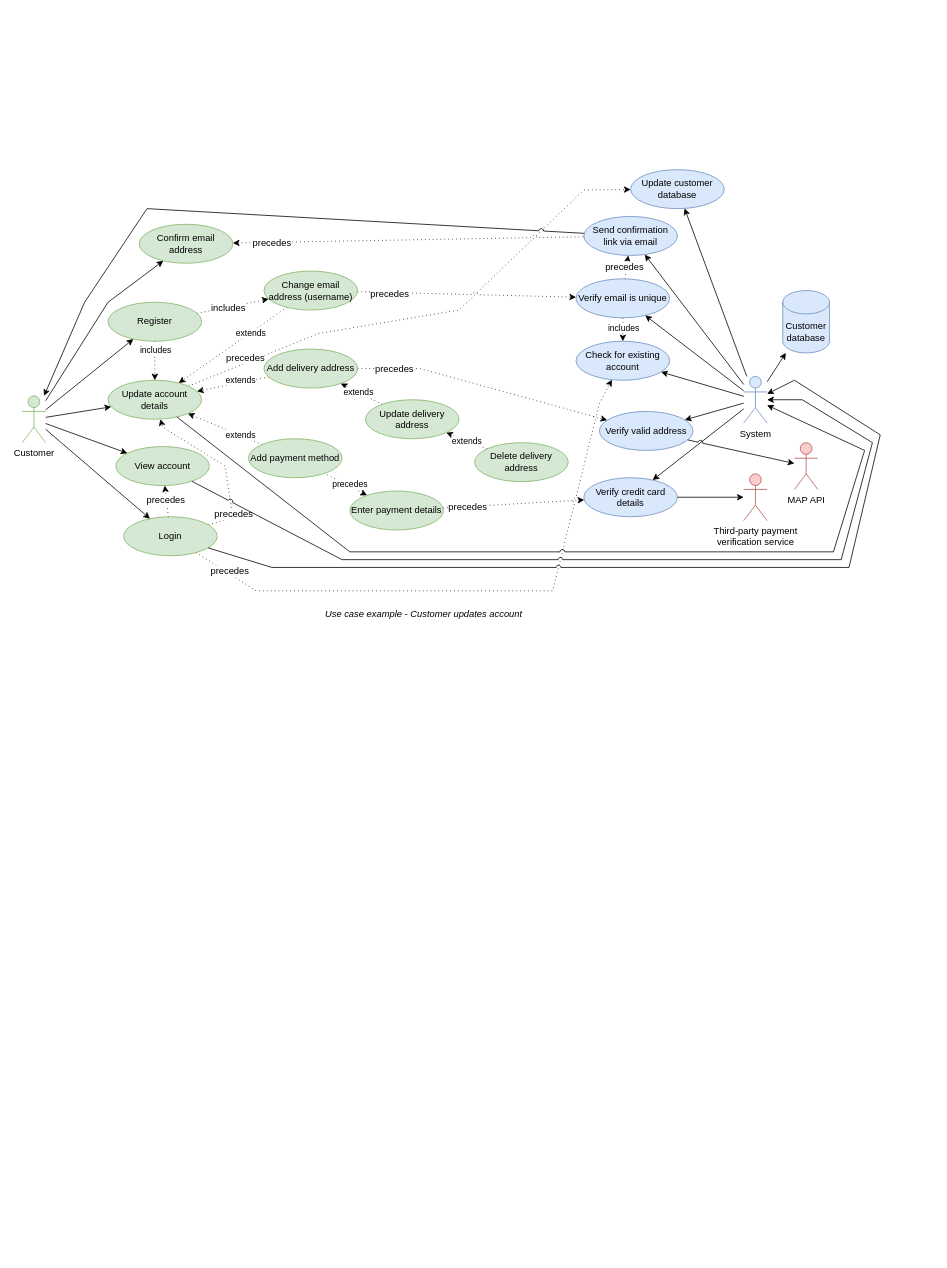
Earlier version of the draw.io diagram Use_case_joueur.drawio (GouNicolas/Troyes_Dice_Java). Source tidied: cells renumbered, new cells numbered last; positions are measured from the earlier drawing's top-left corner, leaving out a move shared by most shapes. Both pictures are drawn from the tidied source at 78%, with x=0, y=0 at pixel (22, 169).
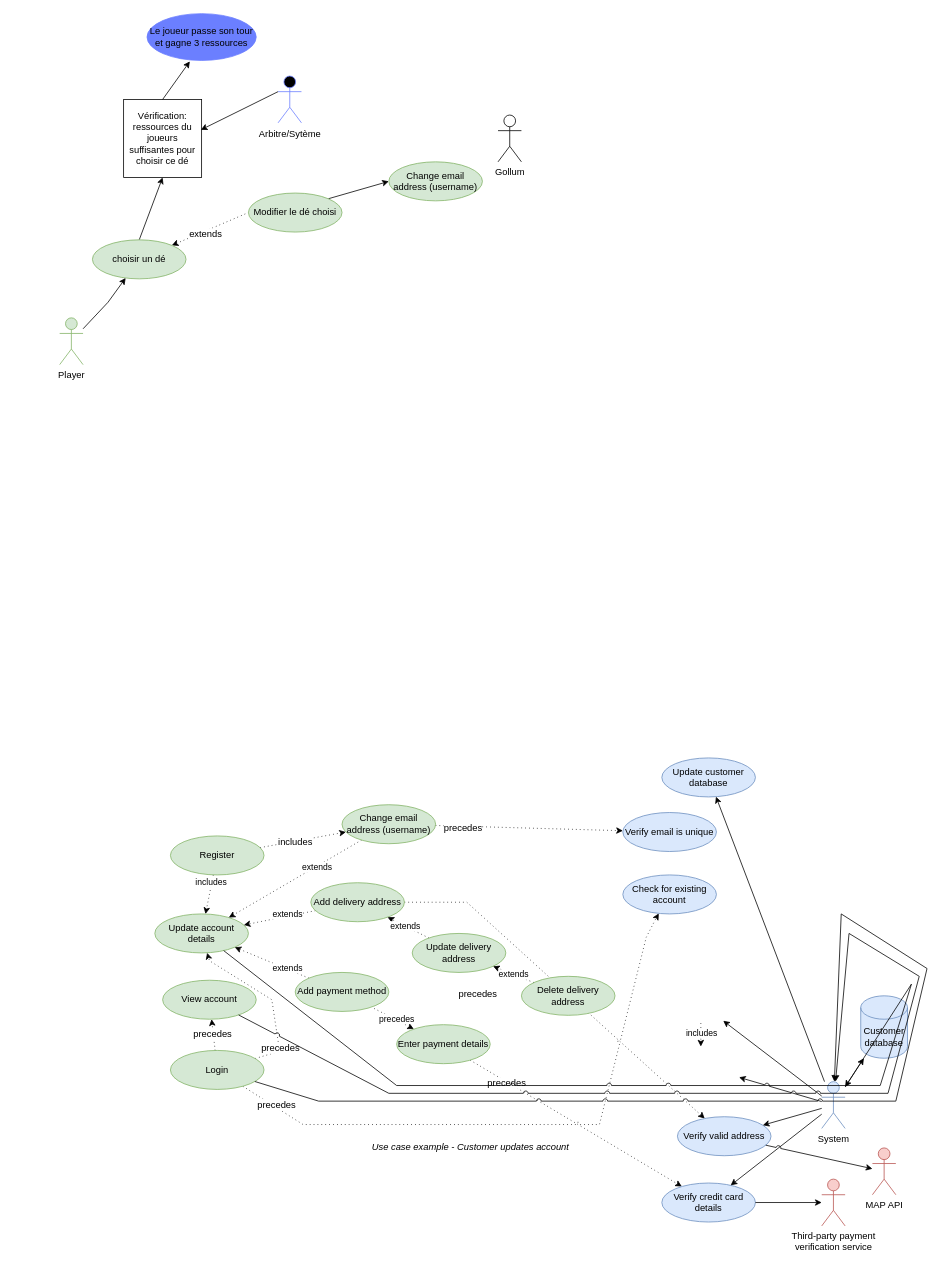
The same page after the edit.

Commit message:
Mettre à jour Use_case_joueur.drawio

The edit, as a diff of the source:
```diff
@@
-    <mxCell id="2" value="Customer" style="shape=umlActor;verticalLabelPosition=bottom;verticalAlign=top;html=1;fontFamily=Helvetica;fontSize=12;align=center;strokeColor=#82b366;strokeWidth=1;fillColor=#d5e8d4;" parent="1" vertex="1">
-      <mxGeometry y="290" width="30" height="60" as="geometry" />
+    <mxCell id="2" value="Pl&lt;span style=&quot;background-color: initial;&quot;&gt;ayer&lt;/span&gt;&lt;div&gt;&lt;div&gt;&lt;br&gt;&lt;/div&gt;&lt;/div&gt;" style="shape=umlActor;verticalLabelPosition=bottom;verticalAlign=top;html=1;fontFamily=Helvetica;fontSize=12;align=center;strokeColor=#82b366;strokeWidth=1;fillColor=#d5e8d4;" parent="1" vertex="1">
+      <mxGeometry x="48" y="190" width="30" height="60" as="geometry" />
     </mxCell>
-    <mxCell id="3" style="edgeStyle=none;rounded=0;jumpStyle=arc;jettySize=auto;html=1;fontSize=12;fontColor=#000000;dashed=1;dashPattern=1 4;" parent="1" edge="1" source="5" target="60">
-      <mxGeometry relative="1" as="geometry">
-        <Array as="points">
-          <mxPoint x="380" y="210" />
-          <mxPoint x="560" y="180" />
-          <mxPoint x="720" y="26" />
-        </Array>
-      </mxGeometry>
-    </mxCell>
-    <mxCell id="4" value="precedes" style="edgeLabel;html=1;align=center;verticalAlign=middle;fontSize=12;" parent="3" vertex="1">
-      <mxGeometry x="0.14" relative="1" as="geometry">
-        <mxPoint x="-277.4" y="64.6" as="offset" />
-      </mxGeometry>
-    </mxCell>
     <mxCell id="5" value="Update account details" style="ellipse;whiteSpace=wrap;html=1;rounded=1;strokeWidth=1;fontSize=12;fillColor=#d5e8d4;strokeColor=#82b366;" parent="1" vertex="1">
-      <mxGeometry x="110" y="270" width="120" height="50" as="geometry" />
+      <mxGeometry x="170" y="954.2" width="120" height="50" as="geometry" />
     </mxCell>
@@
     <mxCell id="8" style="edgeStyle=none;rounded=0;jumpStyle=arc;jettySize=auto;html=1;dashed=1;dashPattern=1 4;fontSize=12;fontColor=#000000;" parent="1" edge="1" source="10" target="57">
       <mxGeometry relative="1" as="geometry">
         <Array as="points">
-          <mxPoint x="510" y="255" />
+          <mxPoint x="570" y="939.2" />
         </Array>
       </mxGeometry>
     </mxCell>
@@
     <mxCell id="10" value="Add delivery address" style="ellipse;whiteSpace=wrap;html=1;rounded=1;strokeWidth=1;fontSize=12;fillColor=#d5e8d4;strokeColor=#82b366;" parent="1" vertex="1">
-      <mxGeometry x="310" y="230" width="120" height="50" as="geometry" />
+      <mxGeometry x="370" y="914.2" width="120" height="50" as="geometry" />
     </mxCell>
@@
     <mxCell id="13" value="Update delivery address" style="ellipse;whiteSpace=wrap;html=1;rounded=1;strokeWidth=1;fontSize=12;fillColor=#d5e8d4;strokeColor=#82b366;" parent="1" vertex="1">
-      <mxGeometry x="440" y="295" width="120" height="50" as="geometry" />
+      <mxGeometry x="500" y="979.2" width="120" height="50" as="geometry" />
     </mxCell>
@@
     <mxCell id="16" value="Delete delivery address" style="ellipse;whiteSpace=wrap;html=1;rounded=1;strokeWidth=1;fontSize=12;fillColor=#d5e8d4;strokeColor=#82b366;" parent="1" vertex="1">
-      <mxGeometry x="580" y="350" width="120" height="50" as="geometry" />
+      <mxGeometry x="640" y="1034.2" width="120" height="50" as="geometry" />
     </mxCell>
@@
     <mxCell id="19" value="Add payment method" style="ellipse;whiteSpace=wrap;html=1;rounded=1;strokeWidth=1;fontSize=12;fillColor=#d5e8d4;strokeColor=#82b366;" parent="1" vertex="1">
-      <mxGeometry x="290" y="345" width="120" height="50" as="geometry" />
+      <mxGeometry x="350" y="1029.2" width="120" height="50" as="geometry" />
     </mxCell>
@@
     <mxCell id="24" value="Enter payment details" style="ellipse;whiteSpace=wrap;html=1;rounded=1;strokeWidth=1;fontSize=12;fillColor=#d5e8d4;strokeColor=#82b366;" parent="1" vertex="1">
-      <mxGeometry x="420" y="412" width="120" height="50" as="geometry" />
+      <mxGeometry x="480" y="1096.2" width="120" height="50" as="geometry" />
     </mxCell>
     <mxCell id="25" value="Verify credit card details" style="ellipse;whiteSpace=wrap;html=1;rounded=1;strokeWidth=1;fontSize=12;fillColor=#dae8fc;strokeColor=#6c8ebf;" parent="1" vertex="1">
-      <mxGeometry x="720" y="395" width="120" height="50" as="geometry" />
+      <mxGeometry x="820" y="1299.2" width="120" height="50" as="geometry" />
     </mxCell>
@@
     <mxCell id="30" value="Change email address (username)" style="ellipse;whiteSpace=wrap;html=1;rounded=1;strokeWidth=1;fontSize=12;fillColor=#d5e8d4;strokeColor=#82b366;" parent="1" vertex="1">
-      <mxGeometry x="310" y="130" width="120" height="50" as="geometry" />
+      <mxGeometry x="410" y="814.2" width="120" height="50" as="geometry" />
     </mxCell>
-    <mxCell id="31" style="edgeStyle=none;rounded=0;jumpStyle=arc;jettySize=auto;html=1;dashed=1;dashPattern=1 4;startArrow=none;startFill=0;endArrow=classic;endFill=1;fontSize=12;fontColor=#000000;" parent="1" edge="1" source="33" target="34">
-      <mxGeometry relative="1" as="geometry" />
-    </mxCell>
-    <mxCell id="32" value="precedes" style="edgeLabel;html=1;align=center;verticalAlign=middle;fontSize=12;" parent="31" vertex="1">
-      <mxGeometry x="-0.03" y="3" relative="1" as="geometry" />
-    </mxCell>
     <mxCell id="33" value="Verify email is unique" style="ellipse;whiteSpace=wrap;html=1;rounded=1;strokeWidth=1;fontSize=12;fillColor=#dae8fc;strokeColor=#6c8ebf;" parent="1" vertex="1">
-      <mxGeometry x="710" y="140" width="120" height="50" as="geometry" />
+      <mxGeometry x="770" y="824.2" width="120" height="50" as="geometry" />
     </mxCell>
-    <mxCell id="34" value="Send confirmation link via email" style="ellipse;whiteSpace=wrap;html=1;rounded=1;strokeWidth=1;fontSize=12;fillColor=#dae8fc;strokeColor=#6c8ebf;" parent="1" vertex="1">
-      <mxGeometry x="720" y="60" width="120" height="50" as="geometry" />
-    </mxCell>
     <mxCell id="35" value="Customer database" style="shape=cylinder3;whiteSpace=wrap;html=1;boundedLbl=1;backgroundOutline=1;size=15;rounded=1;strokeWidth=1;fillColor=#dae8fc;strokeColor=#6c8ebf;" parent="1" vertex="1">
-      <mxGeometry x="975" y="155" width="60" height="80" as="geometry" />
+      <mxGeometry x="1075" y="1059.2" width="60" height="80" as="geometry" />
     </mxCell>
@@
     <mxCell id="37" value="System" style="shape=umlActor;verticalLabelPosition=bottom;verticalAlign=top;html=1;outlineConnect=0;rounded=1;strokeWidth=1;fillColor=#dae8fc;strokeColor=#6c8ebf;" parent="1" vertex="1">
-      <mxGeometry x="925" y="265" width="30" height="60" as="geometry" />
+      <mxGeometry x="1025" y="1169.2" width="30" height="60" as="geometry" />
     </mxCell>
@@
     <mxCell id="42" value="Register" style="ellipse;whiteSpace=wrap;html=1;rounded=1;strokeWidth=1;fontSize=12;fillColor=#d5e8d4;strokeColor=#82b366;" parent="1" vertex="1">
-      <mxGeometry x="110" y="170" width="120" height="50" as="geometry" />
+      <mxGeometry x="190" y="854.2" width="120" height="50" as="geometry" />
     </mxCell>
     <mxCell id="43" style="edgeStyle=none;rounded=0;jumpStyle=arc;jettySize=auto;html=1;dashed=1;dashPattern=1 4;fontSize=12;fontColor=#000000;" parent="1" edge="1" source="49" target="59">
       <mxGeometry relative="1" as="geometry">
         <Array as="points">
-          <mxPoint x="300" y="540" />
-          <mxPoint x="680" y="540" />
-          <mxPoint x="740" y="300" />
-          <mxPoint x="750" y="280" />
+          <mxPoint x="360" y="1224.2" />
+          <mxPoint x="740" y="1224.2" />
+          <mxPoint x="800" y="984.2" />
+          <mxPoint x="810" y="964.2" />
         </Array>
       </mxGeometry>
     </mxCell>
@@
     <mxCell id="47" style="edgeStyle=none;rounded=0;jumpStyle=arc;jettySize=auto;html=1;dashed=1;dashPattern=1 4;startArrow=none;startFill=0;endArrow=classic;endFill=1;fontSize=12;fontColor=#000000;" parent="1" edge="1" source="49" target="5">
       <mxGeometry relative="1" as="geometry">
         <Array as="points">
-          <mxPoint x="270" y="446" />
-          <mxPoint x="260" y="380" />
-          <mxPoint x="180" y="330" />
+          <mxPoint x="330" y="1130.2" />
+          <mxPoint x="320" y="1064.2" />
+          <mxPoint x="240" y="1014.2" />
         </Array>
       </mxGeometry>
     </mxCell>
@@
     <mxCell id="49" value="Login" style="ellipse;whiteSpace=wrap;html=1;rounded=1;strokeWidth=1;fontSize=12;fillColor=#d5e8d4;strokeColor=#82b366;" parent="1" vertex="1">
-      <mxGeometry x="130" y="445" width="120" height="50" as="geometry" />
+      <mxGeometry x="190" y="1129.2" width="120" height="50" as="geometry" />
     </mxCell>
     <mxCell id="50" value="View account" style="ellipse;whiteSpace=wrap;html=1;rounded=1;strokeWidth=1;fontSize=12;fillColor=#d5e8d4;strokeColor=#82b366;" parent="1" vertex="1">
-      <mxGeometry x="120" y="355" width="120" height="50" as="geometry" />
+      <mxGeometry x="180" y="1039.2" width="120" height="50" as="geometry" />
     </mxCell>
-    <mxCell id="51" style="edgeStyle=none;rounded=0;jumpStyle=arc;jettySize=auto;html=1;dashed=1;dashPattern=1 4;fontSize=12;fontColor=#000000;startArrow=classic;startFill=1;endArrow=none;endFill=0;" parent="1" edge="1" source="53" target="34">
+    <mxCell id="51" style="edgeStyle=none;rounded=0;jumpStyle=arc;jettySize=auto;html=1;dashed=1;dashPattern=1 4;fontSize=12;fontColor=#000000;startArrow=classic;startFill=1;endArrow=none;endFill=0;entryX=0;entryY=0.5;entryDx=0;entryDy=0;" parent="1" edge="1" source="53" target="89">
       <mxGeometry relative="1" as="geometry" />
     </mxCell>
-    <mxCell id="52" value="precedes" style="edgeLabel;html=1;align=center;verticalAlign=middle;fontSize=12;" parent="51" vertex="1">
-      <mxGeometry x="-0.78" relative="1" as="geometry" />
+    <mxCell id="52" value="extends" style="edgeLabel;html=1;align=center;verticalAlign=middle;fontSize=12;" parent="51" vertex="1">
+      <mxGeometry x="-0.78" relative="1" as="geometry">
+        <mxPoint x="32" y="-10" as="offset" />
+      </mxGeometry>
     </mxCell>
+    <mxCell id="80" style="edgeStyle=none;rounded=0;jettySize=auto;html=1;exitX=0.5;exitY=0;exitDx=0;exitDy=0;entryX=0.5;entryY=1;entryDx=0;entryDy=0;" parent="1" edge="1" source="53" target="84">
+      <mxGeometry relative="1" as="geometry" />
+    </mxCell>
-    <mxCell id="53" value="Confirm email address" style="ellipse;whiteSpace=wrap;html=1;rounded=1;strokeWidth=1;fontSize=12;fillColor=#d5e8d4;strokeColor=#82b366;" parent="1" vertex="1">
-      <mxGeometry x="150" y="70" width="120" height="50" as="geometry" />
+    <mxCell id="53" value="choisir un dé" style="ellipse;whiteSpace=wrap;html=1;rounded=1;strokeWidth=1;fontSize=12;fillColor=#d5e8d4;strokeColor=#82b366;" parent="1" vertex="1">
+      <mxGeometry x="90" y="90" width="120" height="50" as="geometry" />
     </mxCell>
     <mxCell id="54" value="Third-party payment &lt;br&gt;verification service" style="shape=umlActor;verticalLabelPosition=bottom;verticalAlign=top;html=1;outlineConnect=0;rounded=1;strokeWidth=1;fillColor=#f8cecc;strokeColor=#b85450;" parent="1" vertex="1">
-      <mxGeometry x="925" y="390" width="30" height="60" as="geometry" />
+      <mxGeometry x="1025" y="1294.2" width="30" height="60" as="geometry" />
     </mxCell>
-    <mxCell id="55" style="edgeStyle=none;rounded=0;jumpStyle=arc;jettySize=auto;html=1;fontSize=12;fontColor=#000000;dashed=1;dashPattern=1 4;" parent="1" edge="1" source="33" target="59">
-      <mxGeometry relative="1" as="geometry" />
+    <mxCell id="55" style="edgeStyle=none;rounded=0;jumpStyle=arc;orthogonalLoop=1;jettySize=auto;html=1;fontSize=12;fontColor=#000000;dashed=1;dashPattern=1 4;" parent="1" edge="1">
+      <mxGeometry relative="1" as="geometry">
+        <mxPoint x="870" y="1094.2" as="sourcePoint" />
+        <mxPoint x="870" y="1124.2" as="targetPoint" />
+      </mxGeometry>
     </mxCell>
@@
     <mxCell id="57" value="Verify valid address" style="ellipse;whiteSpace=wrap;html=1;rounded=1;strokeWidth=1;fontSize=12;fillColor=#dae8fc;strokeColor=#6c8ebf;" parent="1" vertex="1">
-      <mxGeometry x="740" y="310" width="120" height="50" as="geometry" />
+      <mxGeometry x="840" y="1214.2" width="120" height="50" as="geometry" />
     </mxCell>
     <mxCell id="58" value="MAP API" style="shape=umlActor;verticalLabelPosition=bottom;verticalAlign=top;html=1;outlineConnect=0;rounded=1;strokeWidth=1;fillColor=#f8cecc;strokeColor=#b85450;" parent="1" vertex="1">
-      <mxGeometry x="990" y="350" width="30" height="60" as="geometry" />
+      <mxGeometry x="1090" y="1254.2" width="30" height="60" as="geometry" />
     </mxCell>
     <mxCell id="59" value="Check for existing account" style="ellipse;whiteSpace=wrap;html=1;rounded=1;strokeWidth=1;fontSize=12;fillColor=#dae8fc;strokeColor=#6c8ebf;" parent="1" vertex="1">
-      <mxGeometry x="710" y="220" width="120" height="50" as="geometry" />
+      <mxGeometry x="770" y="904.2" width="120" height="50" as="geometry" />
     </mxCell>
     <mxCell id="60" value="Update customer database" style="ellipse;whiteSpace=wrap;html=1;rounded=1;strokeWidth=1;fontSize=12;fillColor=#dae8fc;strokeColor=#6c8ebf;" parent="1" vertex="1">
-      <mxGeometry x="780" width="120" height="50" as="geometry" />
+      <mxGeometry x="820" y="754.2" width="120" height="50" as="geometry" />
     </mxCell>
-    <mxCell id="61" style="edgeStyle=none;rounded=0;jettySize=auto;html=1;fontSize=12;fontColor=#000000;" parent="1" edge="1" source="2" target="5">
-      <mxGeometry relative="1" as="geometry" />
-    </mxCell>
-    <mxCell id="62" style="edgeStyle=none;rounded=0;jettySize=auto;html=1;fontSize=12;fontColor=#000000;" parent="1" edge="1" source="2" target="50">
-      <mxGeometry relative="1" as="geometry" />
-    </mxCell>
-    <mxCell id="63" style="edgeStyle=none;rounded=0;jettySize=auto;html=1;fontSize=12;fontColor=#000000;" parent="1" edge="1" source="2" target="49">
-      <mxGeometry relative="1" as="geometry" />
-    </mxCell>
-    <mxCell id="64" style="edgeStyle=none;rounded=0;jettySize=auto;html=1;fontSize=12;fontColor=#000000;" parent="1" edge="1" source="2" target="42">
-      <mxGeometry relative="1" as="geometry" />
-    </mxCell>
@@
     <mxCell id="66" style="edgeStyle=none;rounded=0;jumpStyle=arc;jettySize=auto;html=1;fontSize=12;fontColor=#000000;" parent="1" edge="1" source="5" target="37">
       <mxGeometry relative="1" as="geometry">
         <Array as="points">
-          <mxPoint x="420" y="490" />
-          <mxPoint x="1040" y="490" />
-          <mxPoint x="1080" y="360" />
+          <mxPoint x="480" y="1174.2" />
+          <mxPoint x="1100" y="1174.2" />
+          <mxPoint x="1140" y="1044.2" />
         </Array>
       </mxGeometry>
     </mxCell>
@@
-    <mxCell id="68" style="edgeStyle=none;rounded=0;jumpStyle=arc;jettySize=auto;html=1;fontSize=12;fontColor=#000000;" parent="1" edge="1" source="34" target="2">
-      <mxGeometry relative="1" as="geometry">
-        <Array as="points">
-          <mxPoint x="160" y="50" />
-          <mxPoint x="80" y="170" />
-        </Array>
-      </mxGeometry>
-    </mxCell>
@@
-    <mxCell id="70" style="edgeStyle=none;rounded=0;jettySize=auto;html=1;fontSize=12;fontColor=#000000;" parent="1" edge="1" source="37" target="33">
-      <mxGeometry relative="1" as="geometry" />
+    <mxCell id="70" style="edgeStyle=none;rounded=0;jettySize=auto;html=1;fontSize=12;fontColor=#000000;" parent="1" edge="1" source="37">
+      <mxGeometry relative="1" as="geometry">
+        <mxPoint x="898.7" y="1091.2" as="targetPoint" />
+      </mxGeometry>
     </mxCell>
@@
-    <mxCell id="72" style="edgeStyle=none;rounded=0;jettySize=auto;html=1;fontSize=12;fontColor=#000000;" parent="1" edge="1" source="37" target="34">
-      <mxGeometry relative="1" as="geometry" />
-    </mxCell>
@@
-    <mxCell id="74" style="edgeStyle=none;rounded=0;jumpStyle=arc;jettySize=auto;html=1;fontSize=12;fontColor=#000000;" parent="1" edge="1" source="37" target="59">
-      <mxGeometry relative="1" as="geometry" />
+    <mxCell id="74" style="edgeStyle=none;rounded=0;jumpStyle=arc;jettySize=auto;html=1;fontSize=12;fontColor=#000000;" parent="1" edge="1" source="37">
+      <mxGeometry relative="1" as="geometry">
+        <mxPoint x="919" y="1163.7" as="targetPoint" />
+      </mxGeometry>
     </mxCell>
@@
     <mxCell id="76" style="edgeStyle=none;rounded=0;jumpStyle=arc;jettySize=auto;html=1;fontSize=12;fontColor=#000000;" parent="1" edge="1" source="49" target="37">
       <mxGeometry relative="1" as="geometry">
         <Array as="points">
-          <mxPoint x="320" y="510" />
-          <mxPoint x="1060" y="510" />
-          <mxPoint x="1100" y="340" />
-          <mxPoint x="990" y="270" />
+          <mxPoint x="380" y="1194.2" />
+          <mxPoint x="1120" y="1194.2" />
+          <mxPoint x="1160" y="1024.2" />
+          <mxPoint x="1050" y="954.2" />
         </Array>
       </mxGeometry>
     </mxCell>
     <mxCell id="77" style="edgeStyle=none;rounded=0;jumpStyle=arc;jettySize=auto;html=1;startArrow=none;startFill=0;endArrow=classic;endFill=1;fontSize=12;fontColor=#000000;" parent="1" edge="1" source="50" target="37">
       <mxGeometry relative="1" as="geometry">
         <Array as="points">
-          <mxPoint x="410" y="500" />
-          <mxPoint x="1050" y="500" />
-          <mxPoint x="1090" y="350" />
-          <mxPoint x="1000" y="295" />
+          <mxPoint x="470" y="1184.2" />
+          <mxPoint x="1110" y="1184.2" />
+          <mxPoint x="1150" y="1034.2" />
+          <mxPoint x="1060" y="979.2" />
         </Array>
       </mxGeometry>
     </mxCell>
@@
     <mxCell id="79" value="Use case example - Customer updates account" style="text;html=1;strokeColor=none;fillColor=none;align=center;verticalAlign=middle;whiteSpace=wrap;rounded=0;fontSize=12;fontStyle=2;" parent="1" vertex="1">
-      <mxGeometry x="320" y="560" width="390" height="20" as="geometry" />
+      <mxGeometry x="380" y="1244.2" width="390" height="20" as="geometry" />
     </mxCell>
+    <mxCell id="81" value="Change email address (username)" style="ellipse;whiteSpace=wrap;html=1;rounded=1;strokeWidth=1;fontSize=12;fillColor=#d5e8d4;strokeColor=#82b366;" parent="1" vertex="1">
+      <mxGeometry x="470" y="-10" width="120" height="50" as="geometry" />
+    </mxCell>
+    <mxCell id="82" value="Gollum" style="shape=umlActor;verticalLabelPosition=bottom;verticalAlign=top;html=1;" parent="1" vertex="1">
+      <mxGeometry x="610" y="-70" width="30" height="60" as="geometry" />
+    </mxCell>
+    <mxCell id="83" value="Arbitre/&lt;span style=&quot;background-color: initial;&quot;&gt;Sytème&lt;/span&gt;" style="shape=umlActor;verticalLabelPosition=bottom;verticalAlign=top;html=1;outlineConnect=0;strokeColor=#6B7FFF;fillColor=#000000;" parent="1" vertex="1">
+      <mxGeometry x="328" y="-120" width="30" height="60" as="geometry" />
+    </mxCell>
+    <mxCell id="84" value="Vérification: ressources du joueurs suffisantes pour choisir ce dé" style="whiteSpace=wrap;html=1;" parent="1" vertex="1">
+      <mxGeometry x="130" y="-90" width="100" height="100" as="geometry" />
+    </mxCell>
+    <mxCell id="85" style="edgeStyle=none;rounded=0;jettySize=auto;html=1;exitX=0.5;exitY=0;exitDx=0;exitDy=0;entryX=0.392;entryY=1.02;entryDx=0;entryDy=0;entryPerimeter=0;" parent="1" edge="1" source="84" target="87">
+      <mxGeometry relative="1" as="geometry" />
+    </mxCell>
+    <mxCell id="86" style="edgeStyle=none;rounded=0;jettySize=auto;html=1;exitX=0;exitY=0.3333333333333333;exitDx=0;exitDy=0;exitPerimeter=0;entryX=0.99;entryY=0.39;entryDx=0;entryDy=0;entryPerimeter=0;" parent="1" edge="1" source="83" target="84">
+      <mxGeometry relative="1" as="geometry" />
+    </mxCell>
+    <mxCell id="87" value="Le joueur passe son tour et gagne 3 ressources" style="ellipse;whiteSpace=wrap;html=1;rounded=1;strokeWidth=1;fontSize=12;fillColor=#6B7FFF;strokeColor=#6B7FFF;" parent="1" vertex="1">
+      <mxGeometry x="160" y="-200" width="140" height="60" as="geometry" />
+    </mxCell>
+    <mxCell id="88" style="edgeStyle=none;rounded=0;jettySize=auto;html=1;exitX=1;exitY=0;exitDx=0;exitDy=0;entryX=0;entryY=0.5;entryDx=0;entryDy=0;" parent="1" edge="1" source="89" target="81">
+      <mxGeometry relative="1" as="geometry" />
+    </mxCell>
+    <mxCell id="89" value="Modifier le dé choisi" style="ellipse;whiteSpace=wrap;html=1;rounded=1;strokeWidth=1;fontSize=12;fillColor=#d5e8d4;strokeColor=#82b366;" parent="1" vertex="1">
+      <mxGeometry x="290" y="30" width="120" height="50" as="geometry" />
+    </mxCell>
```
